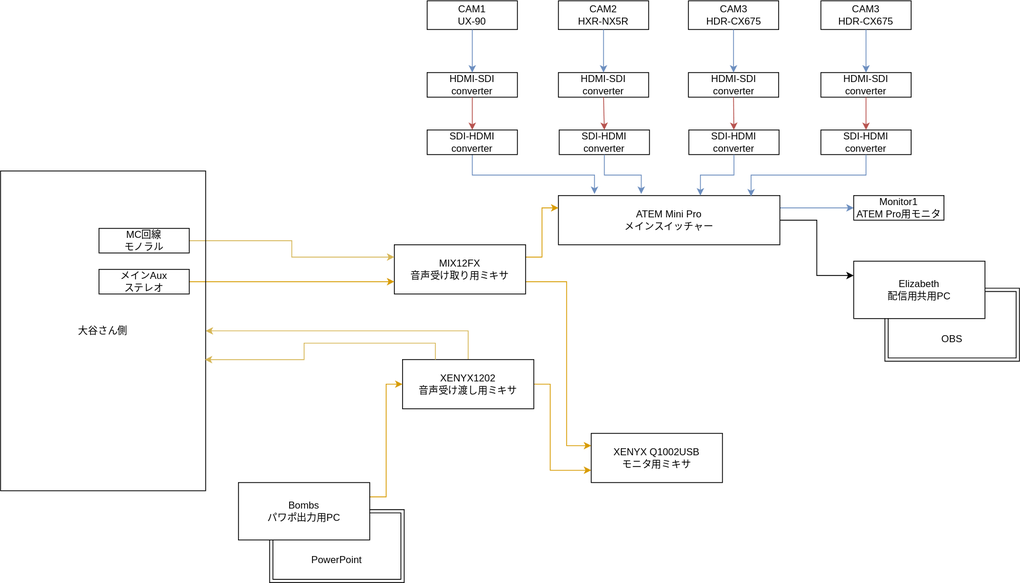
The draw.io diagram drawio-svg/jsys23-eizou-wiring.drawio.svg in dolceWFC/sohosai-eizou-live-wiring, before a commit. Source tidied: cells renumbered, new cells last; positions are measured from the earlier drawing's top-left corner, leaving out a move shared by most shapes.
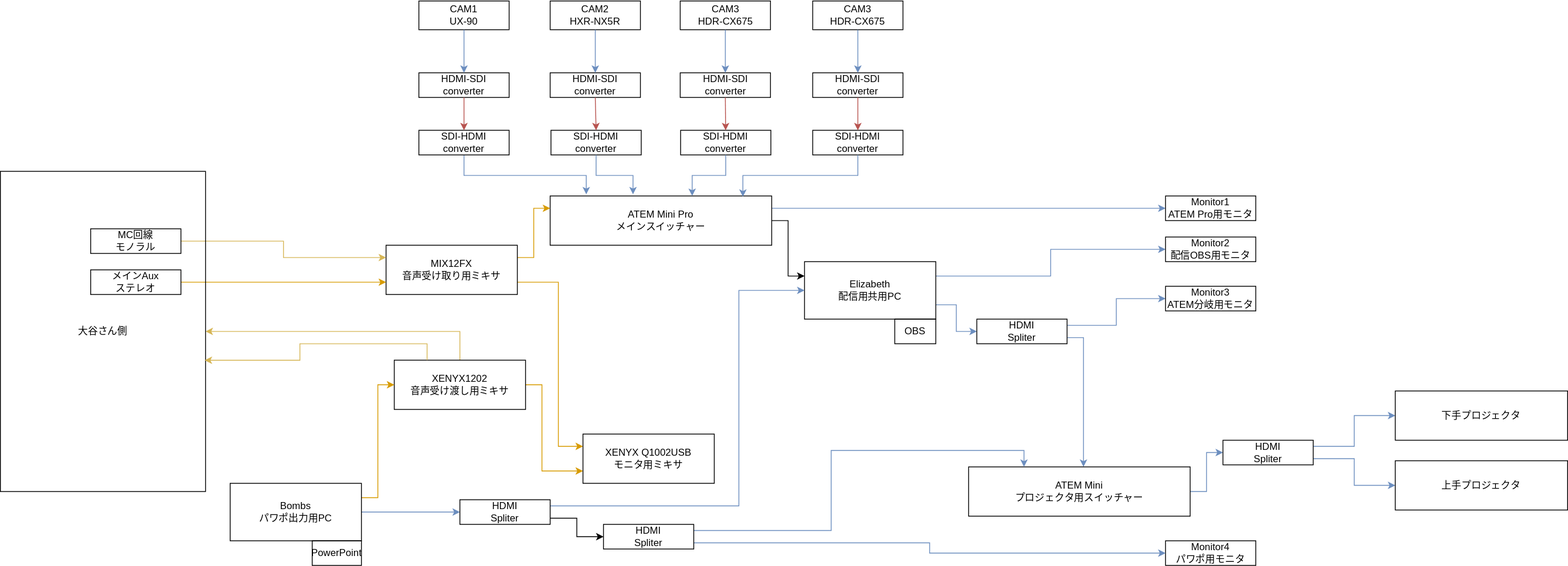
The same file after the commit.

Commit message:
jsys23-eizou-wiring.drawio.svg を更新します

Diff of the diagram source:
```diff
@@ -84,22 +84,19 @@
       <mxGeometry relative="1" as="geometry" />
     </mxCell>
     <mxCell id="29" value="Monitor1&lt;br&gt;ATEM Pro用モニタ" style="text;html=1;strokeColor=default;fillColor=none;align=center;verticalAlign=middle;whiteSpace=wrap;rounded=0;" parent="1" vertex="1">
-      <mxGeometry x="1040" y="238" width="110" height="30" as="geometry" />
+      <mxGeometry x="1430" y="238" width="110" height="30" as="geometry" />
     </mxCell>
+    <mxCell id="50" style="edgeStyle=orthogonalEdgeStyle;rounded=0;jettySize=auto;html=1;exitX=1;exitY=0.75;exitDx=0;exitDy=0;entryX=0;entryY=0.5;entryDx=0;entryDy=0;fillColor=#dae8fc;strokeColor=#6c8ebf;" parent="1" edge="1" source="30" target="55">
+      <mxGeometry relative="1" as="geometry" />
+    </mxCell>
+    <mxCell id="51" style="edgeStyle=orthogonalEdgeStyle;rounded=0;jettySize=auto;html=1;exitX=1;exitY=0.25;exitDx=0;exitDy=0;entryX=0;entryY=0.5;entryDx=0;entryDy=0;fillColor=#dae8fc;strokeColor=#6c8ebf;" parent="1" edge="1" source="30" target="56">
+      <mxGeometry relative="1" as="geometry" />
+    </mxCell>
     <mxCell id="30" value="Elizabeth&lt;br&gt;配信用共用PC" style="text;html=1;strokeColor=default;fillColor=none;align=center;verticalAlign=middle;whiteSpace=wrap;rounded=0;" parent="1" vertex="1">
-      <mxGeometry x="1040" y="318" width="160" height="70" as="geometry" />
+      <mxGeometry x="990" y="318" width="160" height="70" as="geometry" />
     </mxCell>
-    <mxCell id="31" style="edgeStyle=orthogonalEdgeStyle;rounded=0;orthogonalLoop=1;jettySize=auto;html=1;exitX=0.25;exitY=1;exitDx=0;exitDy=0;entryX=1;entryY=0.5;entryDx=0;entryDy=0;shape=link;" parent="1" edge="1" source="30" target="30">
-      <mxGeometry relative="1" as="geometry">
-        <Array as="points">
-          <mxPoint x="1080" y="438" />
-          <mxPoint x="1240" y="438" />
-          <mxPoint x="1240" y="353" />
-        </Array>
-      </mxGeometry>
-    </mxCell>
-    <mxCell id="32" value="OBS" style="text;html=1;strokeColor=none;fillColor=none;align=center;verticalAlign=middle;whiteSpace=wrap;rounded=0;" parent="1" vertex="1">
-      <mxGeometry x="1130" y="398" width="60" height="30" as="geometry" />
+    <mxCell id="32" value="OBS" style="text;html=1;strokeColor=default;fillColor=none;align=center;verticalAlign=middle;whiteSpace=wrap;rounded=0;" parent="1" vertex="1">
+      <mxGeometry x="1100" y="388" width="50" height="30" as="geometry" />
     </mxCell>
     <mxCell id="33" style="edgeStyle=orthogonalEdgeStyle;rounded=0;jettySize=auto;html=1;exitX=1;exitY=0.25;exitDx=0;exitDy=0;entryX=0;entryY=0.25;entryDx=0;entryDy=0;fillColor=#ffe6cc;strokeColor=#d79b00;" parent="1" edge="1" source="35" target="25">
       <mxGeometry relative="1" as="geometry" />
@@ -144,23 +141,17 @@
     <mxCell id="43" style="edgeStyle=orthogonalEdgeStyle;rounded=0;jettySize=auto;html=1;exitX=1;exitY=0.25;exitDx=0;exitDy=0;entryX=0;entryY=0.5;entryDx=0;entryDy=0;fillColor=#ffe6cc;strokeColor=#d79b00;" parent="1" edge="1" source="44" target="42">
       <mxGeometry relative="1" as="geometry" />
     </mxCell>
+    <mxCell id="52" style="edgeStyle=orthogonalEdgeStyle;rounded=0;jettySize=auto;html=1;exitX=1;exitY=0.5;exitDx=0;exitDy=0;entryX=0;entryY=0.5;entryDx=0;entryDy=0;fillColor=#dae8fc;strokeColor=#6c8ebf;" parent="1" edge="1" source="44" target="68">
+      <mxGeometry relative="1" as="geometry" />
+    </mxCell>
     <mxCell id="44" value="Bombs&lt;br&gt;パワポ出力用PC" style="text;html=1;strokeColor=default;fillColor=none;align=center;verticalAlign=middle;whiteSpace=wrap;rounded=0;" parent="1" vertex="1">
       <mxGeometry x="290" y="588" width="160" height="70" as="geometry" />
     </mxCell>
-    <mxCell id="45" style="edgeStyle=orthogonalEdgeStyle;rounded=0;orthogonalLoop=1;jettySize=auto;html=1;exitX=0.25;exitY=1;exitDx=0;exitDy=0;entryX=1;entryY=0.5;entryDx=0;entryDy=0;shape=link;" parent="1" edge="1" source="44" target="44">
-      <mxGeometry relative="1" as="geometry">
-        <Array as="points">
-          <mxPoint x="330" y="708" />
-          <mxPoint x="490" y="708" />
-          <mxPoint x="490" y="623" />
-        </Array>
-      </mxGeometry>
-    </mxCell>
-    <mxCell id="46" value="PowerPoint" style="text;html=1;strokeColor=none;fillColor=none;align=center;verticalAlign=middle;whiteSpace=wrap;rounded=0;" parent="1" vertex="1">
-      <mxGeometry x="380" y="668" width="60" height="30" as="geometry" />
+    <mxCell id="46" value="PowerPoint" style="text;html=1;strokeColor=default;fillColor=none;align=center;verticalAlign=middle;whiteSpace=wrap;rounded=0;" parent="1" vertex="1">
+      <mxGeometry x="390" y="658" width="60" height="30" as="geometry" />
     </mxCell>
     <mxCell id="47" value="大谷さん側" style="text;html=1;strokeColor=default;fillColor=none;align=center;verticalAlign=middle;whiteSpace=wrap;rounded=0;" parent="1" vertex="1">
-      <mxGeometry y="208" width="250" height="390" as="geometry" />
+      <mxGeometry x="10" y="208" width="250" height="390" as="geometry" />
     </mxCell>
     <mxCell id="48" style="edgeStyle=orthogonalEdgeStyle;rounded=0;jettySize=auto;html=1;exitX=0.25;exitY=0;exitDx=0;exitDy=0;entryX=0.996;entryY=0.59;entryDx=0;entryDy=0;entryPerimeter=0;fillColor=#fff2cc;strokeColor=#d6b656;" parent="1" edge="1" source="42" target="47">
       <mxGeometry relative="1" as="geometry" />
@@ -168,5 +159,71 @@
     <mxCell id="49" value="XENYX Q1002USB&lt;br&gt;モニタ用ミキサ" style="text;html=1;strokeColor=default;fillColor=none;align=center;verticalAlign=middle;whiteSpace=wrap;rounded=0;" parent="1" vertex="1">
       <mxGeometry x="720" y="528" width="160" height="60" as="geometry" />
     </mxCell>
+    <mxCell id="53" style="edgeStyle=orthogonalEdgeStyle;rounded=0;jettySize=auto;html=1;exitX=1;exitY=0.25;exitDx=0;exitDy=0;entryX=0;entryY=0.5;entryDx=0;entryDy=0;fillColor=#dae8fc;strokeColor=#6c8ebf;" parent="1" edge="1" source="55" target="57">
+      <mxGeometry relative="1" as="geometry" />
+    </mxCell>
+    <mxCell id="54" style="edgeStyle=orthogonalEdgeStyle;rounded=0;jettySize=auto;html=1;exitX=1;exitY=0.75;exitDx=0;exitDy=0;fillColor=#dae8fc;strokeColor=#6c8ebf;" parent="1" edge="1" source="55" target="59">
+      <mxGeometry relative="1" as="geometry">
+        <Array as="points">
+          <mxPoint x="1330" y="411" />
+        </Array>
+      </mxGeometry>
+    </mxCell>
+    <mxCell id="55" value="HDMI&lt;br&gt;Spliter" style="text;html=1;strokeColor=default;fillColor=none;align=center;verticalAlign=middle;whiteSpace=wrap;rounded=0;" parent="1" vertex="1">
+      <mxGeometry x="1200" y="388" width="110" height="30" as="geometry" />
+    </mxCell>
+    <mxCell id="56" value="Monitor2&lt;br&gt;配信OBS用モニタ" style="text;html=1;strokeColor=default;fillColor=none;align=center;verticalAlign=middle;whiteSpace=wrap;rounded=0;" parent="1" vertex="1">
+      <mxGeometry x="1430" y="288" width="110" height="30" as="geometry" />
+    </mxCell>
+    <mxCell id="57" value="Monitor3&lt;br&gt;ATEM分岐用モニタ" style="text;html=1;strokeColor=default;fillColor=none;align=center;verticalAlign=middle;whiteSpace=wrap;rounded=0;" parent="1" vertex="1">
+      <mxGeometry x="1430" y="348" width="110" height="30" as="geometry" />
+    </mxCell>
+    <mxCell id="58" style="edgeStyle=orthogonalEdgeStyle;rounded=0;jettySize=auto;html=1;exitX=1;exitY=0.5;exitDx=0;exitDy=0;entryX=0;entryY=0.5;entryDx=0;entryDy=0;fillColor=#dae8fc;strokeColor=#6c8ebf;" parent="1" edge="1" source="59" target="62">
+      <mxGeometry relative="1" as="geometry" />
+    </mxCell>
+    <mxCell id="59" value="ATEM Mini&lt;br&gt;プロジェクタ用スイッチャー" style="text;html=1;strokeColor=default;fillColor=none;align=center;verticalAlign=middle;whiteSpace=wrap;rounded=0;" parent="1" vertex="1">
+      <mxGeometry x="1190" y="568" width="270" height="60" as="geometry" />
+    </mxCell>
+    <mxCell id="60" style="edgeStyle=orthogonalEdgeStyle;rounded=0;jettySize=auto;html=1;exitX=1;exitY=0.25;exitDx=0;exitDy=0;entryX=0;entryY=0.5;entryDx=0;entryDy=0;fillColor=#dae8fc;strokeColor=#6c8ebf;" parent="1" edge="1" source="62" target="63">
+      <mxGeometry relative="1" as="geometry" />
+    </mxCell>
+    <mxCell id="61" style="edgeStyle=orthogonalEdgeStyle;rounded=0;jettySize=auto;html=1;exitX=1;exitY=0.75;exitDx=0;exitDy=0;entryX=0;entryY=0.5;entryDx=0;entryDy=0;fillColor=#dae8fc;strokeColor=#6c8ebf;" parent="1" edge="1" source="62" target="64">
+      <mxGeometry relative="1" as="geometry" />
+    </mxCell>
+    <mxCell id="62" value="HDMI&lt;br&gt;Spliter" style="text;html=1;strokeColor=default;fillColor=none;align=center;verticalAlign=middle;whiteSpace=wrap;rounded=0;" parent="1" vertex="1">
+      <mxGeometry x="1500" y="535.5" width="110" height="30" as="geometry" />
+    </mxCell>
+    <mxCell id="63" value="下手プロジェクタ" style="text;html=1;strokeColor=default;fillColor=none;align=center;verticalAlign=middle;whiteSpace=wrap;rounded=0;" parent="1" vertex="1">
+      <mxGeometry x="1710" y="475.5" width="210" height="60" as="geometry" />
+    </mxCell>
+    <mxCell id="64" value="上手プロジェクタ" style="text;html=1;strokeColor=default;fillColor=none;align=center;verticalAlign=middle;whiteSpace=wrap;rounded=0;" parent="1" vertex="1">
+      <mxGeometry x="1710" y="560.5" width="210" height="60" as="geometry" />
+    </mxCell>
+    <mxCell id="65" value="Monitor4&lt;br&gt;パワポ用モニタ" style="text;html=1;strokeColor=default;fillColor=none;align=center;verticalAlign=middle;whiteSpace=wrap;rounded=0;" parent="1" vertex="1">
+      <mxGeometry x="1430" y="658" width="110" height="30" as="geometry" />
+    </mxCell>
+    <mxCell id="66" style="edgeStyle=orthogonalEdgeStyle;rounded=0;jettySize=auto;html=1;exitX=1;exitY=0.25;exitDx=0;exitDy=0;entryX=0;entryY=0.5;entryDx=0;entryDy=0;fillColor=#dae8fc;strokeColor=#6c8ebf;" parent="1" edge="1" source="68" target="30">
+      <mxGeometry relative="1" as="geometry">
+        <Array as="points">
+          <mxPoint x="910" y="616" />
+          <mxPoint x="910" y="353" />
+        </Array>
+      </mxGeometry>
+    </mxCell>
+    <mxCell id="67" style="edgeStyle=orthogonalEdgeStyle;rounded=0;jettySize=auto;html=1;exitX=1;exitY=0.75;exitDx=0;exitDy=0;entryX=0;entryY=0.5;entryDx=0;entryDy=0;" parent="1" edge="1" source="68" target="71">
+      <mxGeometry relative="1" as="geometry" />
+    </mxCell>
+    <mxCell id="68" value="HDMI&lt;br&gt;Spliter" style="text;html=1;strokeColor=default;fillColor=none;align=center;verticalAlign=middle;whiteSpace=wrap;rounded=0;" parent="1" vertex="1">
+      <mxGeometry x="570" y="608" width="110" height="30" as="geometry" />
+    </mxCell>
+    <mxCell id="69" style="edgeStyle=orthogonalEdgeStyle;rounded=0;jettySize=auto;html=1;exitX=1;exitY=0.25;exitDx=0;exitDy=0;entryX=0.25;entryY=0;entryDx=0;entryDy=0;fillColor=#dae8fc;strokeColor=#6c8ebf;" parent="1" edge="1" source="71" target="59">
+      <mxGeometry relative="1" as="geometry" />
+    </mxCell>
+    <mxCell id="70" style="edgeStyle=orthogonalEdgeStyle;rounded=0;jettySize=auto;html=1;exitX=1;exitY=0.75;exitDx=0;exitDy=0;entryX=0;entryY=0.5;entryDx=0;entryDy=0;fillColor=#dae8fc;strokeColor=#6c8ebf;" parent="1" edge="1" source="71" target="65">
+      <mxGeometry relative="1" as="geometry" />
+    </mxCell>
+    <mxCell id="71" value="HDMI&lt;br&gt;Spliter" style="text;html=1;strokeColor=default;fillColor=none;align=center;verticalAlign=middle;whiteSpace=wrap;rounded=0;" parent="1" vertex="1">
+      <mxGeometry x="745" y="638" width="110" height="30" as="geometry" />
+    </mxCell>
   </root>
 </mxGraphModel>
```
